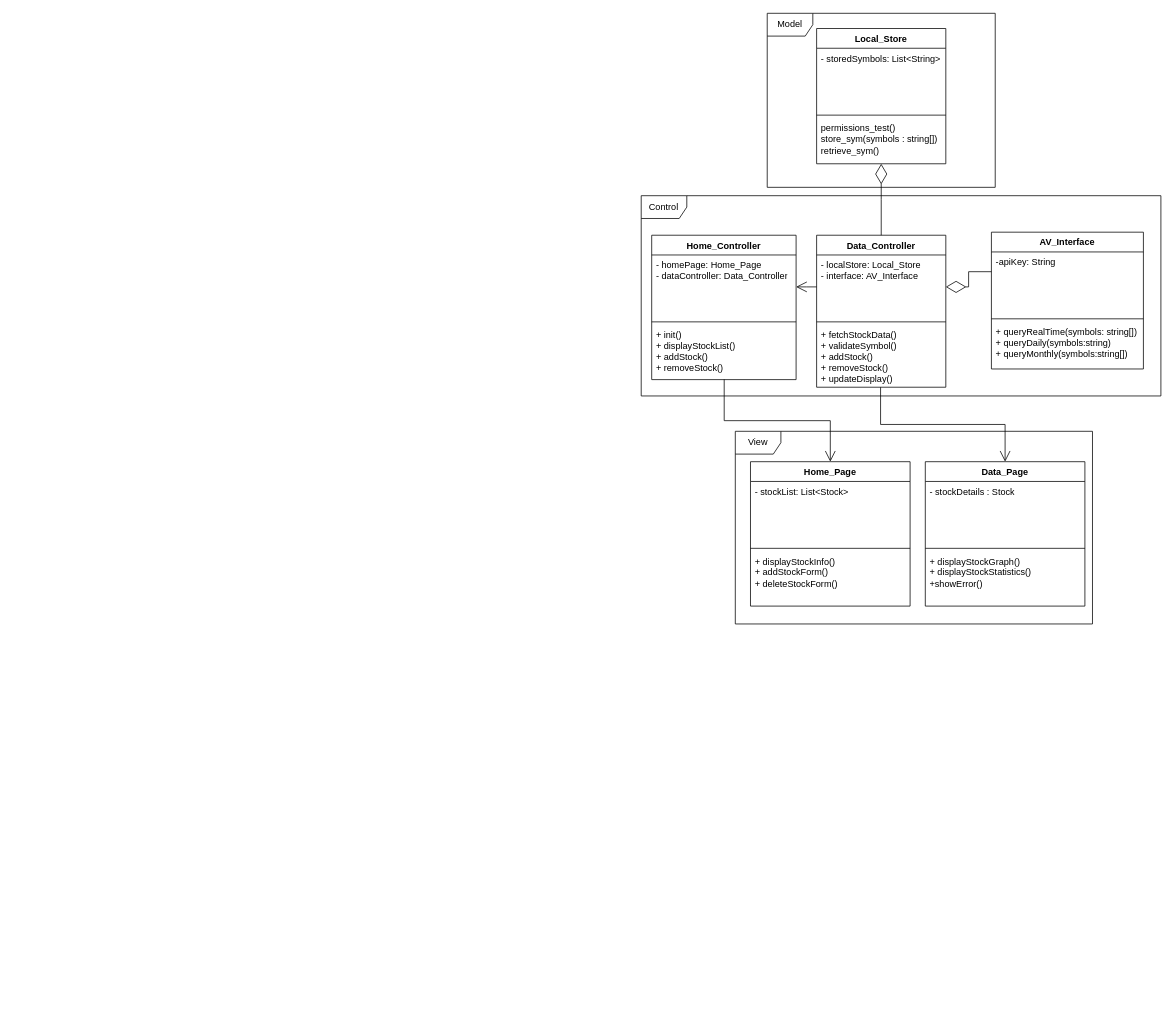
Ian-Nelson01/480_Repo keeps this draw.io diagram as UML.drawio. Above is the earlier version. Source tidied: cells renumbered, new cells numbered last; positions are measured from the earlier drawing's top-left corner, leaving out a move shared by most shapes. Both pictures are drawn from the tidied source at 76%, with x=0, y=0 at pixel (641, 13).
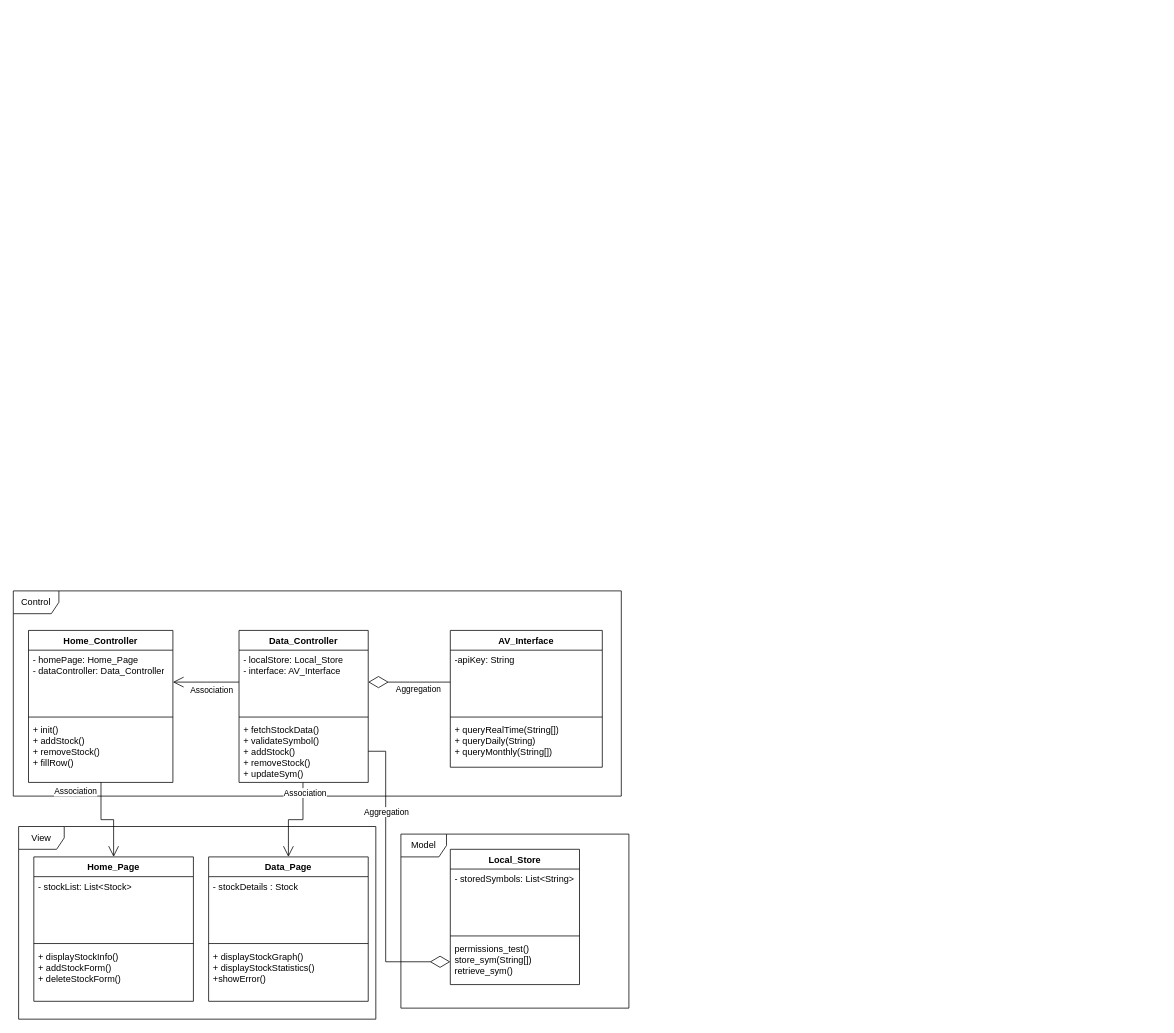
After the change.

The change refers to these unchanged cells:
```xml
<mxCell id="15" value="- localStore: Local_Store&lt;div&gt;- interface: AV_Interface&lt;br&gt;&lt;/div&gt;" style="text;strokeColor=none;fillColor=none;align=left;verticalAlign=top;spacingLeft=4;spacingRight=4;overflow=hidden;points=[[0,0.5],[1,0.5]];portConstraint=eastwest;whiteSpace=wrap;html=1;" parent="14" vertex="1">
  <mxGeometry y="26" width="170" height="84" as="geometry" />
</mxCell>
<mxCell id="19" value="&lt;div&gt;-apiKey: String&lt;/div&gt;&lt;div&gt;&lt;br&gt;&lt;/div&gt;" style="text;strokeColor=none;fillColor=none;align=left;verticalAlign=top;spacingLeft=4;spacingRight=4;overflow=hidden;points=[[0,0.5],[1,0.5]];portConstraint=eastwest;whiteSpace=wrap;html=1;" parent="18" vertex="1">
  <mxGeometry y="26" width="200" height="84" as="geometry" />
</mxCell>
<mxCell id="26" style="endArrow=open;endFill=1;endSize=12;html=1;rounded=0;entryX=0.5;entryY=0;entryDx=0;entryDy=0;exitX=0.502;exitY=0.996;exitDx=0;exitDy=0;edgeStyle=elbowEdgeStyle;exitPerimeter=0;elbow=vertical;" parent="1" edge="1" source="13" target="6">
  <mxGeometry relative="1" as="geometry" />
</mxCell>
<mxCell id="29" style="endArrow=open;endFill=1;endSize=12;html=1;rounded=0;exitX=0.495;exitY=1;exitDx=0;exitDy=0;edgeStyle=elbowEdgeStyle;exitPerimeter=0;elbow=vertical;entryX=0.5;entryY=0;entryDx=0;entryDy=0;" parent="1" edge="1" source="17" target="30">
  <mxGeometry relative="1" as="geometry" />
</mxCell>
```

What changed in the source:
```diff
@@
     <mxCell id="2" value="Local_Store" style="swimlane;fontStyle=1;align=center;verticalAlign=top;horizontal=1;startSize=26;whiteSpace=wrap;html=1;" parent="1" vertex="1">
-      <mxGeometry x="231" y="20" width="170" height="178" as="geometry" />
+      <mxGeometry x="-251" y="1100" width="170" height="178" as="geometry" />
     </mxCell>
@@
-    <mxCell id="5" value="&lt;div&gt;permissions_test()&lt;/div&gt;&lt;div&gt;store_sym(symbols : string[])&lt;/div&gt;&lt;div&gt;retrieve_sym()&lt;br&gt;&lt;/div&gt;" style="text;strokeColor=none;fillColor=none;align=left;verticalAlign=top;spacingLeft=4;spacingRight=4;overflow=hidden;points=[[0,0.5],[1,0.5]];portConstraint=eastwest;whiteSpace=wrap;html=1;" parent="2" vertex="1">
+    <mxCell id="5" value="&lt;div&gt;permissions_test()&lt;/div&gt;&lt;div&gt;store_sym(String[])&lt;/div&gt;&lt;div&gt;retrieve_sym()&lt;br&gt;&lt;/div&gt;" style="text;strokeColor=none;fillColor=none;align=left;verticalAlign=top;spacingLeft=4;spacingRight=4;overflow=hidden;points=[[0,0.5],[1,0.5]];portConstraint=eastwest;whiteSpace=wrap;html=1;" parent="2" vertex="1">
       <mxGeometry y="118" width="170" height="60" as="geometry" />
     </mxCell>
     <mxCell id="6" value="&lt;div&gt;Home_Page&lt;/div&gt;" style="swimlane;fontStyle=1;align=center;verticalAlign=top;horizontal=1;startSize=26;whiteSpace=wrap;html=1;" parent="1" vertex="1">
-      <mxGeometry x="144" y="590" width="210" height="190" as="geometry" />
+      <mxGeometry x="-799" y="1110" width="210" height="190" as="geometry" />
     </mxCell>
@@
     <mxCell id="10" value="Home_Controller" style="swimlane;fontStyle=1;align=center;verticalAlign=top;horizontal=1;startSize=26;whiteSpace=wrap;html=1;" parent="1" vertex="1">
-      <mxGeometry x="14" y="292" width="190" height="190" as="geometry" />
+      <mxGeometry x="-806" y="812" width="190" height="200" as="geometry" />
     </mxCell>
@@
-    <mxCell id="13" value="&lt;div&gt;+ init()&lt;/div&gt;&lt;div&gt;+ displayStockList()&lt;/div&gt;&lt;div&gt;+ addStock()&lt;/div&gt;&lt;div&gt;+ removeStock()&lt;br&gt;&lt;/div&gt;" style="text;strokeColor=none;fillColor=none;align=left;verticalAlign=top;spacingLeft=4;spacingRight=4;overflow=hidden;points=[[0,0.5],[1,0.5]];portConstraint=eastwest;whiteSpace=wrap;html=1;" parent="10" vertex="1">
-      <mxGeometry y="118" width="190" height="72" as="geometry" />
+    <mxCell id="13" value="&lt;div&gt;+ init()&lt;/div&gt;&lt;div&gt;+ addStock()&lt;/div&gt;&lt;div&gt;+ removeStock()&lt;br&gt;&lt;/div&gt;&lt;div&gt;+ fillRow()&lt;/div&gt;&lt;div&gt;&lt;br&gt;&lt;/div&gt;" style="text;strokeColor=none;fillColor=none;align=left;verticalAlign=top;spacingLeft=4;spacingRight=4;overflow=hidden;points=[[0,0.5],[1,0.5]];portConstraint=eastwest;whiteSpace=wrap;html=1;" parent="10" vertex="1">
+      <mxGeometry y="118" width="190" height="82" as="geometry" />
     </mxCell>
     <mxCell id="14" value="Data_Controller" style="swimlane;fontStyle=1;align=center;verticalAlign=top;horizontal=1;startSize=26;whiteSpace=wrap;html=1;" parent="1" vertex="1">
-      <mxGeometry x="231" y="292" width="170" height="200" as="geometry" />
+      <mxGeometry x="-529" y="812" width="170" height="200" as="geometry" />
     </mxCell>
@@
-    <mxCell id="17" value="&lt;div&gt;+ fetchStockData()&lt;/div&gt;&lt;div&gt;+ validateSymbol()&lt;/div&gt;&lt;div&gt;+ addStock()&lt;/div&gt;&lt;div&gt;+ removeStock()&lt;/div&gt;&lt;div&gt;+ updateDisplay()&lt;br&gt;&lt;/div&gt;" style="text;strokeColor=none;fillColor=none;align=left;verticalAlign=top;spacingLeft=4;spacingRight=4;overflow=hidden;points=[[0,0.5],[1,0.5]];portConstraint=eastwest;whiteSpace=wrap;html=1;" parent="14" vertex="1">
+    <mxCell id="17" value="&lt;div&gt;+ fetchStockData()&lt;/div&gt;&lt;div&gt;+ validateSymbol()&lt;/div&gt;&lt;div&gt;+ addStock()&lt;/div&gt;&lt;div&gt;+ removeStock()&lt;/div&gt;&lt;div&gt;+ updateSym()&lt;br&gt;&lt;/div&gt;" style="text;strokeColor=none;fillColor=none;align=left;verticalAlign=top;spacingLeft=4;spacingRight=4;overflow=hidden;points=[[0,0.5],[1,0.5]];portConstraint=eastwest;whiteSpace=wrap;html=1;" parent="14" vertex="1">
       <mxGeometry y="118" width="170" height="82" as="geometry" />
     </mxCell>
     <mxCell id="18" value="AV_Interface" style="swimlane;fontStyle=1;align=center;verticalAlign=top;horizontal=1;startSize=26;whiteSpace=wrap;html=1;" parent="1" vertex="1">
-      <mxGeometry x="461" y="288" width="200" height="180" as="geometry" />
+      <mxGeometry x="-251" y="812" width="200" height="180" as="geometry" />
     </mxCell>
@@
-    <mxCell id="21" value="+ queryRealTime(symbols: string[])&lt;div&gt;+ queryDaily(symbols:string)&lt;/div&gt;&lt;div&gt;+ queryMonthly(symbols:string[])&lt;br&gt;&lt;/div&gt;" style="text;strokeColor=none;fillColor=none;align=left;verticalAlign=top;spacingLeft=4;spacingRight=4;overflow=hidden;whiteSpace=wrap;html=1;" parent="18" vertex="1">
+    <mxCell id="21" value="+ queryRealTime(String[])&lt;div&gt;+ queryDaily(String)&lt;/div&gt;&lt;div&gt;+ queryMonthly(String[])&lt;br&gt;&lt;/div&gt;" style="text;strokeColor=none;fillColor=none;align=left;verticalAlign=top;spacingLeft=4;spacingRight=4;overflow=hidden;whiteSpace=wrap;html=1;" parent="18" vertex="1">
       <mxGeometry y="118" width="200" height="62" as="geometry" />
     </mxCell>
     <mxCell id="22" value="Model" style="shape=umlFrame;whiteSpace=wrap;html=1;" parent="1" vertex="1">
-      <mxGeometry x="166" width="300" height="229" as="geometry" />
+      <mxGeometry x="-316" y="1080" width="300" height="229" as="geometry" />
     </mxCell>
     <mxCell id="23" value="Control" style="shape=umlFrame;whiteSpace=wrap;html=1;" parent="1" vertex="1">
-      <mxGeometry x="0.2" y="240" width="683.8" height="263.5" as="geometry" />
+      <mxGeometry x="-826" y="760" width="800" height="270" as="geometry" />
     </mxCell>
-    <mxCell id="24" style="endArrow=diamondThin;endFill=0;endSize=24;html=1;rounded=0;exitX=0.5;exitY=0;exitDx=0;exitDy=0;edgeStyle=elbowEdgeStyle;elbow=vertical;" parent="1" edge="1" source="14" target="5">
-      <mxGeometry relative="1" as="geometry" />
+    <mxCell id="24" style="endArrow=diamondThin;endFill=0;endSize=24;html=1;rounded=0;exitX=1;exitY=0.5;exitDx=0;exitDy=0;edgeStyle=elbowEdgeStyle;" parent="1" edge="1" source="17" target="5">
+      <mxGeometry relative="1" as="geometry">
+        <Array as="points">
+          <mxPoint x="-336" y="1110" />
+        </Array>
+      </mxGeometry>
     </mxCell>
     <mxCell id="25" value="View" style="shape=umlFrame;whiteSpace=wrap;html=1;" parent="1" vertex="1">
-      <mxGeometry x="124" y="550" width="470" height="253.5" as="geometry" />
+      <mxGeometry x="-819" y="1070" width="470" height="253.5" as="geometry" />
     </mxCell>
@@
+    <mxCell id="34" value="&lt;div&gt;Association&lt;/div&gt;" style="edgeLabel;html=1;align=center;verticalAlign=middle;fillColor=none;" parent="26" vertex="1">
+      <mxGeometry x="-0.45" y="-4" relative="1" as="geometry">
+        <mxPoint x="-30" y="-20" as="offset" />
+      </mxGeometry>
+    </mxCell>
-    <mxCell id="27" style="endArrow=diamondThin;endFill=0;endSize=24;html=1;rounded=0;edgeStyle=elbowEdgeStyle;entryX=1;entryY=0.5;entryDx=0;entryDy=0;" parent="1" edge="1" target="15">
-      <mxGeometry relative="1" as="geometry">
-        <mxPoint x="461" y="340" as="sourcePoint" />
-      </mxGeometry>
+    <mxCell id="27" style="endArrow=diamondThin;endFill=0;endSize=24;html=1;rounded=0;edgeStyle=elbowEdgeStyle;entryX=1;entryY=0.5;entryDx=0;entryDy=0;exitX=0;exitY=0.5;exitDx=0;exitDy=0;" parent="1" edge="1" source="19" target="15">
+      <mxGeometry relative="1" as="geometry" />
     </mxCell>
@@
+    <mxCell id="35" value="Association" style="edgeLabel;html=1;align=center;verticalAlign=middle;" parent="29" vertex="1">
+      <mxGeometry x="-0.77" y="2" relative="1" as="geometry" />
+    </mxCell>
     <mxCell id="30" value="Data_Page" style="swimlane;fontStyle=1;align=center;verticalAlign=top;horizontal=1;startSize=26;whiteSpace=wrap;html=1;" parent="1" vertex="1">
-      <mxGeometry x="374" y="590" width="210" height="190" as="geometry" />
+      <mxGeometry x="-569" y="1110" width="210" height="190" as="geometry" />
     </mxCell>
@@
+    <mxCell id="36" value="&lt;div&gt;Association&lt;/div&gt;" style="edgeLabel;html=1;align=center;verticalAlign=middle;fillColor=none;" parent="1" vertex="1">
+      <mxGeometry x="-566" y="890" as="geometry" />
+    </mxCell>
+    <mxCell id="37" value="Aggregation" style="edgeLabel;html=1;align=center;verticalAlign=middle;fillColor=none;" parent="1" vertex="1">
+      <mxGeometry x="-294" y="888" as="geometry" />
+    </mxCell>
+    <mxCell id="38" value="Aggregation" style="edgeLabel;html=1;align=center;verticalAlign=middle;fillColor=none;" parent="1" vertex="1">
+      <mxGeometry x="-336" y="1050" as="geometry" />
+    </mxCell>
```
